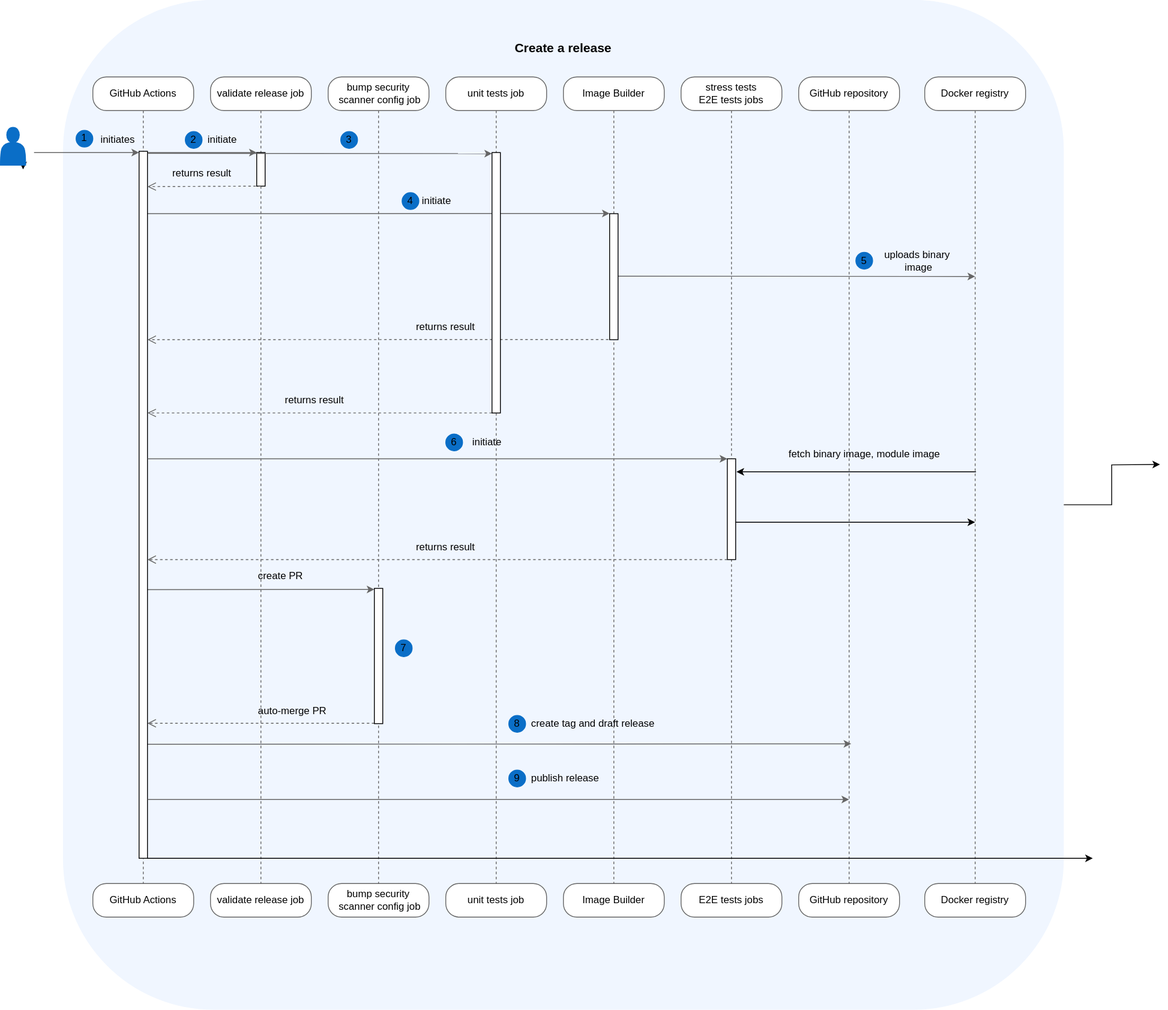
Earlier version of the draw.io export docs/assets/release.drawio.svg (kyma-project/btp-manager). Source tidied: cells renumbered, new cells last; positions are measured from the earlier drawing's top-left corner, leaving out a move shared by most shapes.
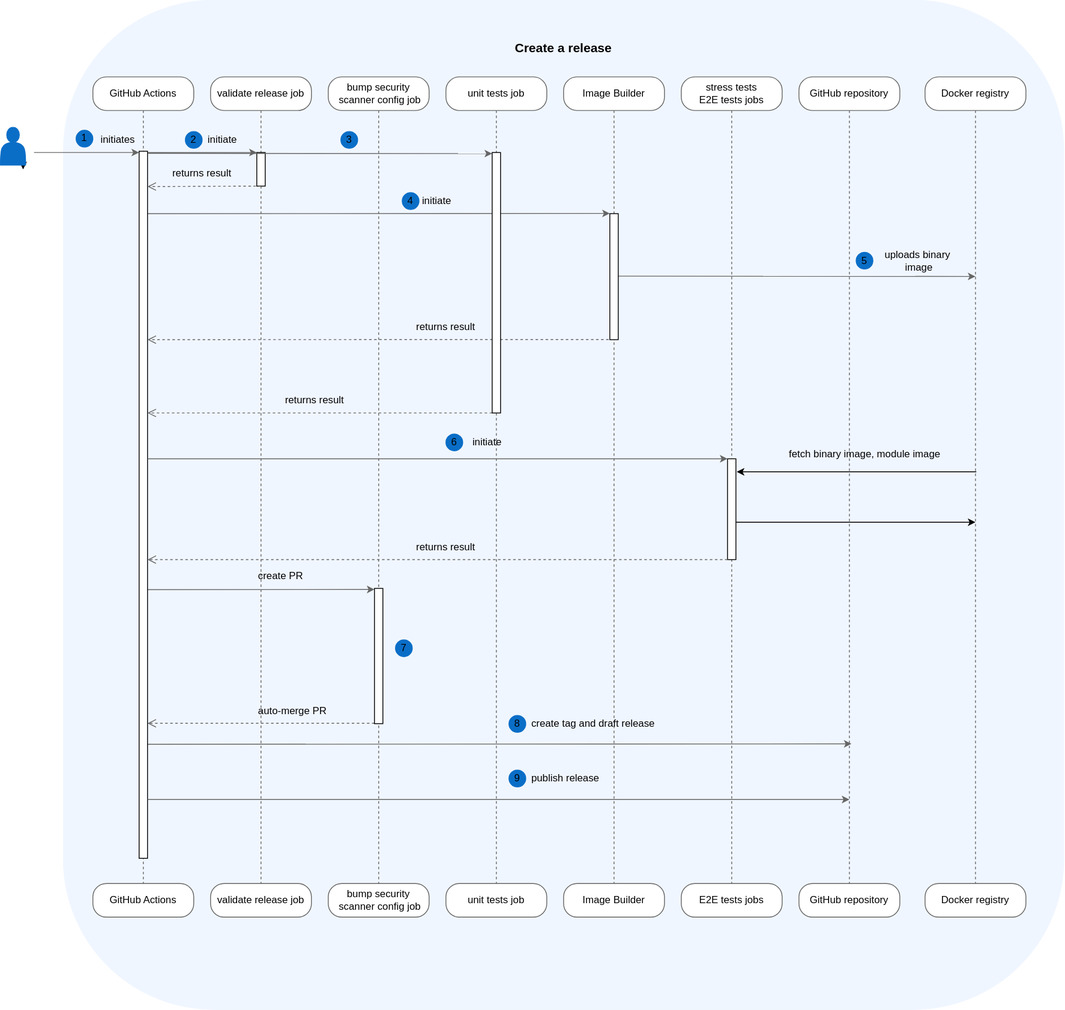
Above is the later version.

Commit message:
first diagram corrected again

What changed in the source:
```diff
@@ -2,11 +2,6 @@
   <root>
     <mxCell id="0" />
     <mxCell id="1" parent="0" />
-    <mxCell id="2" style="edgeStyle=orthogonalEdgeStyle;rounded=0;jettySize=auto;html=1;fontColor=#000000;" parent="1" edge="1" source="3">
-      <mxGeometry relative="1" as="geometry">
-        <mxPoint x="1380" y="552.2" as="targetPoint" />
-      </mxGeometry>
-    </mxCell>
     <mxCell id="3" style="rounded=1;whiteSpace=wrap;html=1;fillColor=#f0f6ff;strokeColor=#f0f6ff;verticalAlign=bottom;fontColor=#000000;" parent="1" vertex="1">
       <mxGeometry x="75" y="-0.2" width="1190" height="1201" as="geometry" />
     </mxCell>
@@ -283,11 +278,6 @@
     <mxCell id="72" style="html=1;perimeter=orthogonalPerimeter;targetShapes=umlLifeline;newEdgeStyle={&quot;edgeStyle&quot;:&quot;elbowEdgeStyle&quot;,&quot;elbow&quot;:&quot;vertical&quot;,&quot;curved&quot;:0,&quot;rounded&quot;:0};fontColor=#000000;" parent="1" vertex="1">
       <mxGeometry x="585" y="181" width="10" height="310" as="geometry" />
     </mxCell>
-    <mxCell id="73" style="endArrow=classic;html=1;rounded=0;fontColor=#000000;" parent="1" edge="1" source="43">
-      <mxGeometry relative="1" as="geometry">
-        <mxPoint x="1300" y="1021" as="targetPoint" />
-      </mxGeometry>
-    </mxCell>
     <mxCell id="74" value="&lt;font&gt;9&lt;/font&gt;" style="ellipse;whiteSpace=wrap;html=1;fillColor=#0a6ec7;strokeColor=#0a6ec7;fontColor=#000000;" parent="1" vertex="1">
       <mxGeometry x="605" y="916" width="20" height="20" as="geometry" />
     </mxCell>
```
